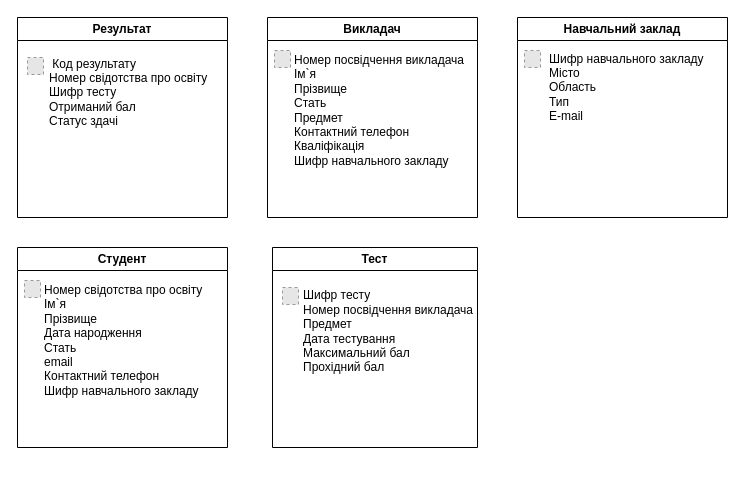
The draw.io diagram page "Інформаційні об`єкти" (1 of 2) of Database cheme.drawio in hucketa/CP, before the edit. Source tidied: cells renumbered, new cells numbered last; positions are measured from the earlier drawing's top-left corner, leaving out a move shared by most shapes. Both pictures are drawn from the tidied source at 100%, with x=0, y=0 at pixel (17, 17). Pictures stored in the file or linked from it are replaced by grey dashed boxes.
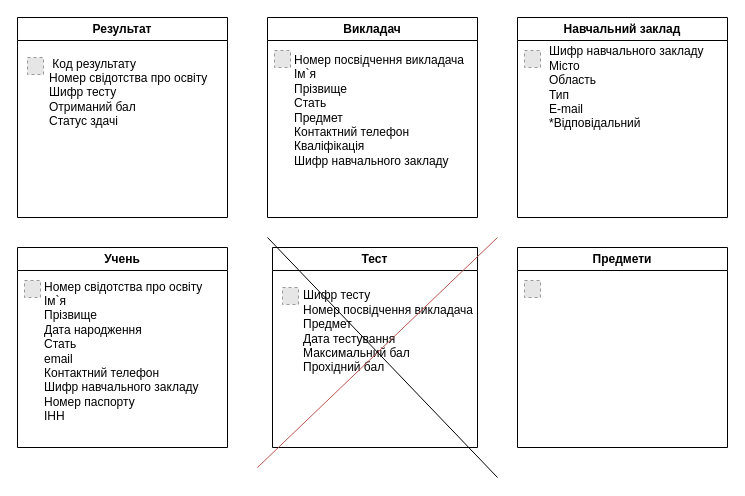
After the change.

The change refers to these unchanged cells:
```xml
<mxCell id="14" value="Навчальний заклад" style="swimlane;whiteSpace=wrap;html=1;" parent="1" vertex="1">
  <mxGeometry x="500" width="210" height="200" as="geometry" />
</mxCell>
```

Diff of the diagram source:
```diff
@@
-    <mxCell id="2" value="Студент" style="swimlane;whiteSpace=wrap;html=1;" parent="1" vertex="1">
+    <mxCell id="2" value="Учень" style="swimlane;whiteSpace=wrap;html=1;" parent="1" vertex="1">
       <mxGeometry y="230" width="210" height="200" as="geometry" />
     </mxCell>
-    <mxCell id="3" value="Номер свідотства про освіту&lt;div&gt;Ім`я&lt;/div&gt;&lt;div&gt;Прізвище&lt;/div&gt;&lt;div&gt;Дата народження&lt;/div&gt;&lt;div&gt;Стать&lt;/div&gt;&lt;div&gt;email&lt;/div&gt;&lt;div&gt;Контактний телефон&lt;/div&gt;&lt;div&gt;Шифр навчального закладу&lt;br&gt;&lt;/div&gt;" style="text;html=1;align=left;verticalAlign=middle;strokeColor=none;fillColor=none;" parent="2" vertex="1">
-      <mxGeometry x="25" y="28" width="180" height="130" as="geometry" />
+    <mxCell id="3" value="Номер свідотства про освіту&lt;div&gt;Ім`я&lt;/div&gt;&lt;div&gt;Прізвище&lt;/div&gt;&lt;div&gt;Дата народження&lt;/div&gt;&lt;div&gt;Стать&lt;/div&gt;&lt;div&gt;email&lt;/div&gt;&lt;div&gt;Контактний телефон&lt;/div&gt;&lt;div&gt;Шифр навчального закладу&lt;br&gt;&lt;/div&gt;&lt;div&gt;Номер паспорту&lt;/div&gt;&lt;div&gt;ІНН&lt;/div&gt;" style="text;html=1;align=left;verticalAlign=middle;strokeColor=none;fillColor=none;" parent="2" vertex="1">
+      <mxGeometry x="25" y="24" width="180" height="160" as="geometry" />
     </mxCell>
@@
-    <mxCell id="15" value="&lt;div&gt;Шифр навчального закладу&lt;/div&gt;&lt;div&gt;Місто&lt;/div&gt;&lt;div&gt;Область&lt;/div&gt;&lt;div&gt;Тип&lt;/div&gt;&lt;div&gt;E-mail&lt;/div&gt;" style="text;html=1;align=left;verticalAlign=middle;strokeColor=none;fillColor=none;" parent="14" vertex="1">
-      <mxGeometry x="30" y="25" width="180" height="90" as="geometry" />
+    <mxCell id="15" value="&lt;div&gt;Шифр навчального закладу&lt;/div&gt;&lt;div&gt;Місто&lt;/div&gt;&lt;div&gt;Область&lt;/div&gt;&lt;div&gt;Тип&lt;/div&gt;&lt;div&gt;E-mail&lt;/div&gt;&lt;div&gt;*Відповідальний&lt;/div&gt;" style="text;html=1;align=left;verticalAlign=middle;strokeColor=none;fillColor=none;" parent="14" vertex="1">
+      <mxGeometry x="30" y="20" width="180" height="100" as="geometry" />
     </mxCell>
@@
+    <mxCell id="17" style="endArrow=none;html=1;rounded=0;fillColor=#f8cecc;strokeColor=#b85450;" parent="1" edge="1">
+      <mxGeometry relative="1" as="geometry">
+        <mxPoint x="240" y="450" as="sourcePoint" />
+        <mxPoint x="480" y="220" as="targetPoint" />
+      </mxGeometry>
+    </mxCell>
+    <mxCell id="18" value="Предмети" style="swimlane;whiteSpace=wrap;html=1;" parent="1" vertex="1">
+      <mxGeometry x="500" y="230" width="210" height="200" as="geometry" />
+    </mxCell>
+    <mxCell id="19" style="fillColor=#E6E6E6;strokeColor=#999999;dashed=1;verticalLabelPosition=bottom;labelBackgroundColor=default;verticalAlign=top;" parent="18" vertex="1">
+      <mxGeometry x="7" y="33" width="16" height="17" as="geometry" />
+    </mxCell>
+    <mxCell id="20" style="endArrow=none;html=1;rounded=0;" parent="1" edge="1">
+      <mxGeometry relative="1" as="geometry">
+        <mxPoint x="250" y="220" as="sourcePoint" />
+        <mxPoint x="480" y="460" as="targetPoint" />
+      </mxGeometry>
+    </mxCell>
```
